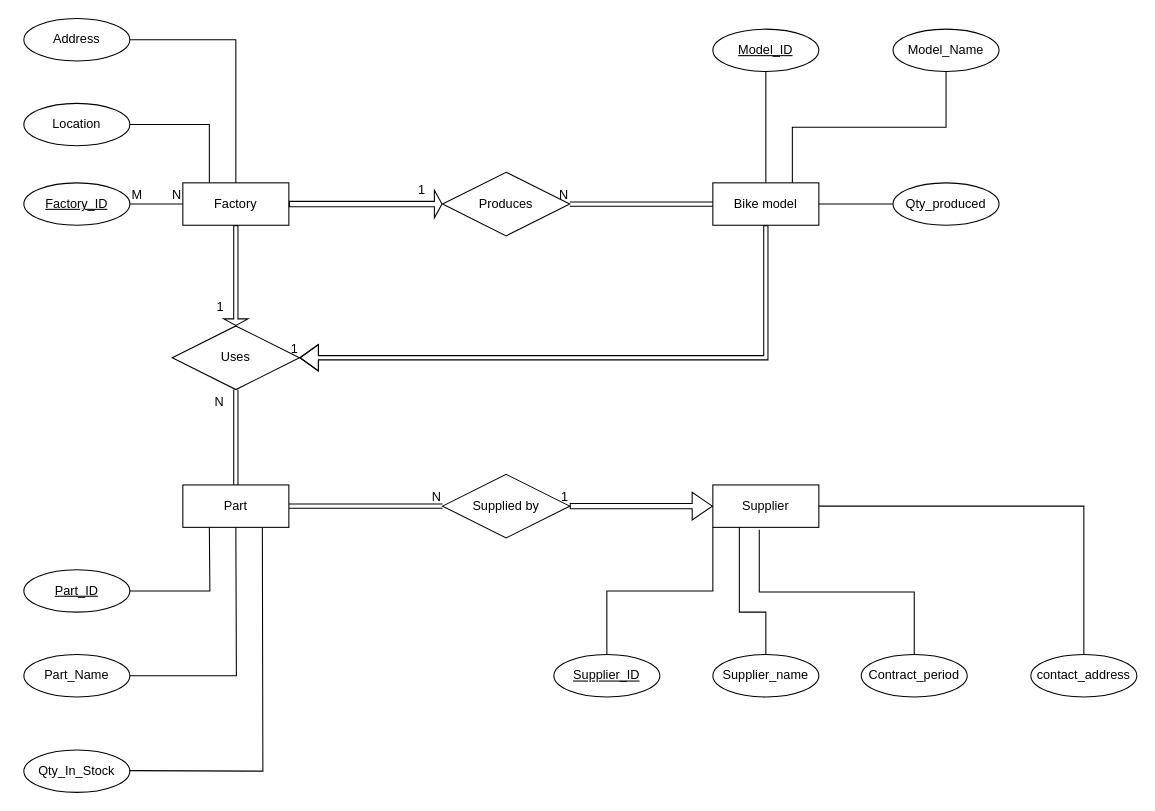
This is Production_ERD.drawio from Coder-X15/Bike-Company-Management-System, a draw.io file, before an edit. Source tidied: cells renumbered, new cells numbered last; positions are measured from the earlier drawing's top-left corner, leaving out a move shared by most shapes. Both pictures are drawn from the tidied source at 106%, with x=0, y=0 at pixel (23, 18).
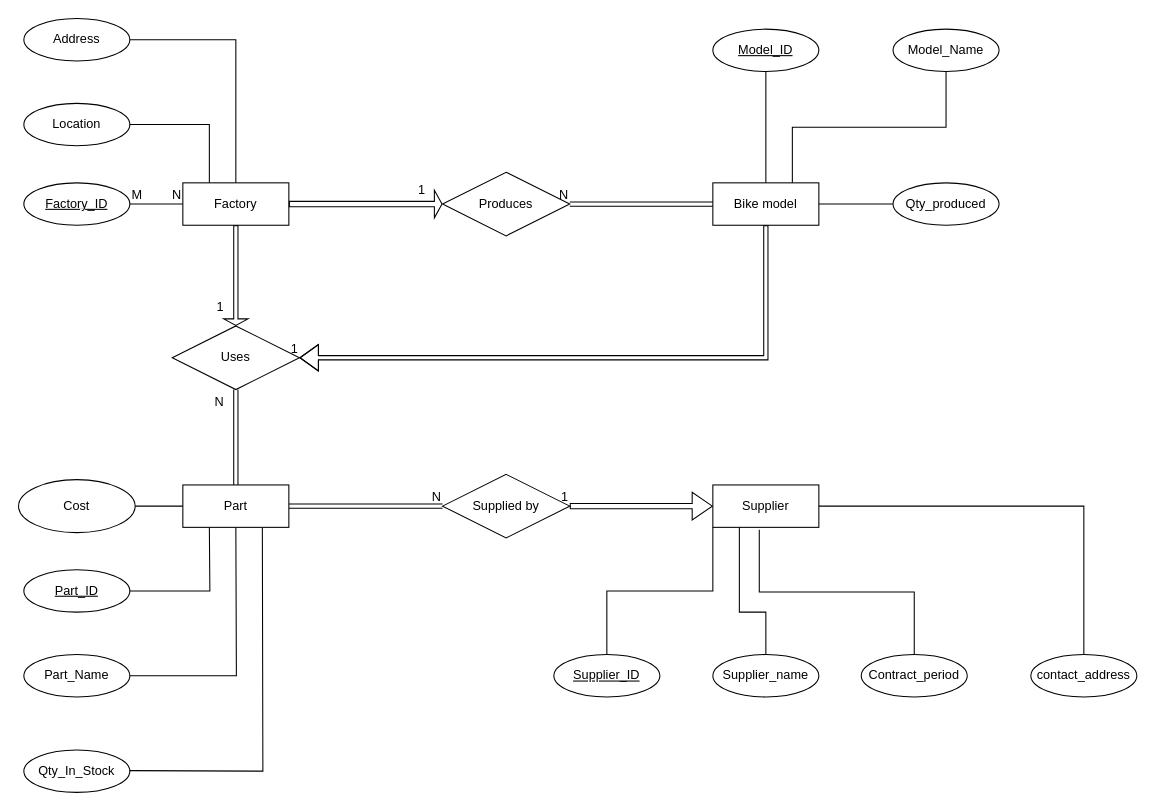
After the change.

The change refers to these unchanged cells:
```xml
<mxCell id="50" value="Part" style="whiteSpace=wrap;html=1;align=center;" parent="1" vertex="1">
  <mxGeometry x="150" y="440" width="100" height="40" as="geometry" />
</mxCell>
```

Change to the diagram source:
```diff
@@
+    <mxCell id="51" style="edgeStyle=orthogonalEdgeStyle;rounded=0;jettySize=auto;html=1;exitX=1;exitY=0.5;exitDx=0;exitDy=0;endArrow=none;endFill=0;" parent="1" edge="1" source="52" target="50">
+      <mxGeometry relative="1" as="geometry" />
+    </mxCell>
+    <mxCell id="52" value="Cost" style="ellipse;whiteSpace=wrap;html=1;" parent="1" vertex="1">
+      <mxGeometry x="-5" y="435" width="110" height="50" as="geometry" />
+    </mxCell>
```
